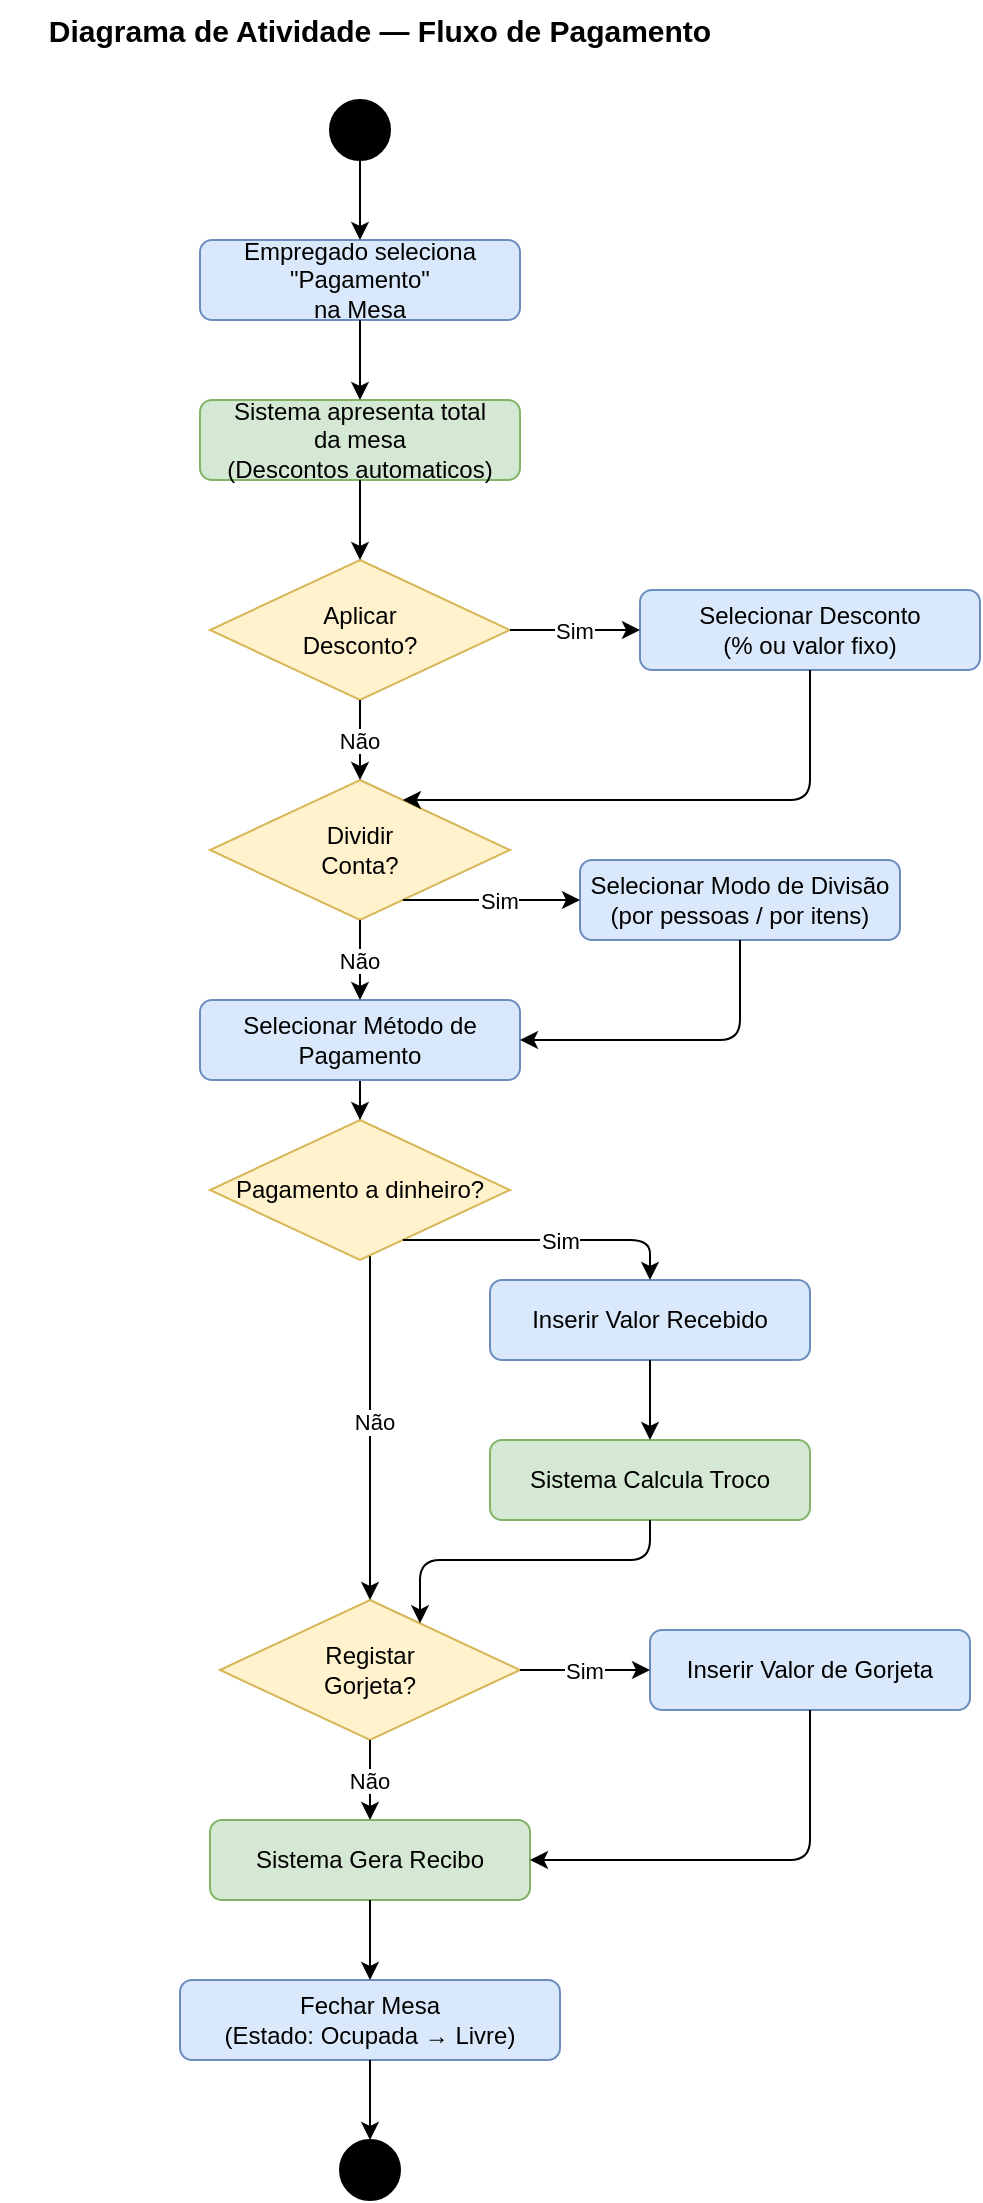
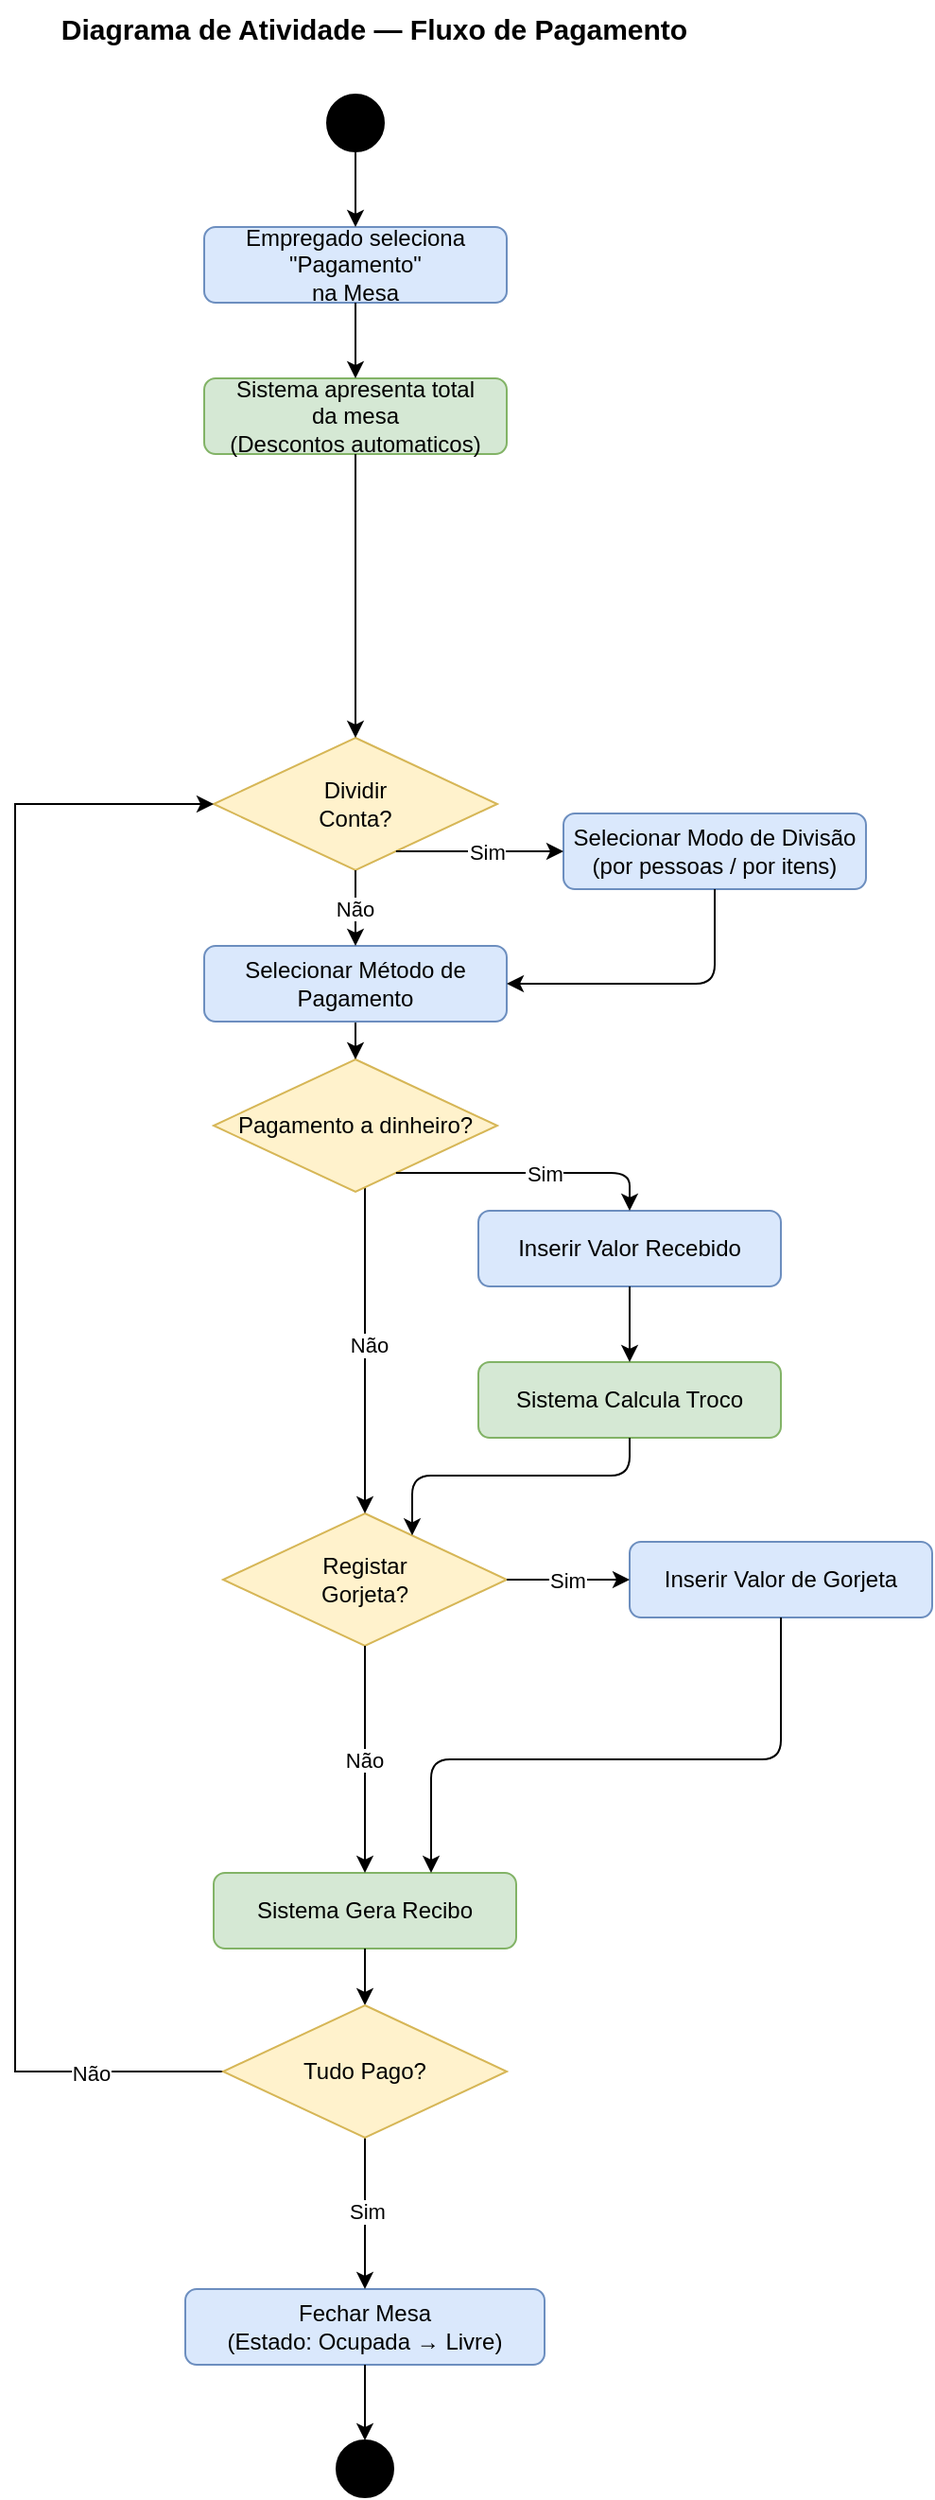
<mxfile host="Electron">
  <diagram id="zWEmGzQZ2ErBR5wI5Ncb" name="Page-1">
-     <mxGraphModel dx="629" dy="764" grid="1" gridSize="10" guides="1" tooltips="1" connect="1" arrows="1" fold="1" page="1" pageScale="1" pageWidth="850" pageHeight="1200" math="0" shadow="0">
+     <mxGraphModel dx="1571" dy="933" grid="1" gridSize="10" guides="1" tooltips="1" connect="1" arrows="1" fold="1" page="1" pageScale="1" pageWidth="850" pageHeight="1200" math="0" shadow="0">
      <root>
        <mxCell id="0" />
        <mxCell id="1" parent="0" />
        <mxCell id="t1" parent="1" style="text;html=1;strokeColor=none;fillColor=none;align=center;verticalAlign=middle;whiteSpace=wrap;fontSize=15;fontStyle=1;" value="Diagrama de Atividade — Fluxo de Pagamento" vertex="1">
          <mxGeometry height="30" width="380" x="170" y="10" as="geometry" />
        </mxCell>
        <mxCell id="s1" parent="1" style="ellipse;aspect=fixed;fillColor=#000000;strokeColor=#000000;" value="" vertex="1">
          <mxGeometry height="30" width="30" x="335" y="60" as="geometry" />
        </mxCell>
        <mxCell id="a1" parent="1" style="rounded=1;whiteSpace=wrap;html=1;fillColor=#dae8fc;strokeColor=#6c8ebf;" value="Empregado seleciona &quot;Pagamento&quot;&lt;br&gt;na Mesa" vertex="1">
          <mxGeometry height="40" width="160" x="270" y="130" as="geometry" />
        </mxCell>
        <mxCell id="a2" parent="1" style="rounded=1;whiteSpace=wrap;html=1;fillColor=#d5e8d4;strokeColor=#82b366;" value="Sistema apresenta total&lt;br&gt;da mesa&lt;div&gt;(Descontos automaticos)&lt;/div&gt;" vertex="1">
          <mxGeometry height="40" width="160" x="270" y="210" as="geometry" />
-         </mxCell>
-         <mxCell id="d1" parent="1" style="rhombus;whiteSpace=wrap;html=1;fillColor=#fff2cc;strokeColor=#d6b656;" value="Aplicar&lt;br&gt;Desconto?" vertex="1">
-           <mxGeometry height="70" width="150" x="275" y="290" as="geometry" />
-         </mxCell>
-         <mxCell id="a3" parent="1" style="rounded=1;whiteSpace=wrap;html=1;fillColor=#dae8fc;strokeColor=#6c8ebf;" value="Selecionar Desconto&lt;br&gt;(% ou valor fixo)" vertex="1">
-           <mxGeometry height="40" width="170" x="490" y="305" as="geometry" />
        </mxCell>
        <mxCell id="d2" parent="1" style="rhombus;whiteSpace=wrap;html=1;fillColor=#fff2cc;strokeColor=#d6b656;" value="Dividir&lt;br&gt;Conta?" vertex="1">
          <mxGeometry height="70" width="150" x="275" y="400" as="geometry" />
        </mxCell>
        <mxCell id="a4" parent="1" style="rounded=1;whiteSpace=wrap;html=1;fillColor=#dae8fc;strokeColor=#6c8ebf;" value="Selecionar Modo de Divisão&lt;br&gt;(por pessoas / por itens)" vertex="1">
          <mxGeometry height="40" width="160" x="460" y="440" as="geometry" />
        </mxCell>
        <mxCell id="m4waD0mZ1-zzzyoCNx1N-5" edge="1" parent="1" source="a5" style="edgeStyle=orthogonalEdgeStyle;rounded=0;orthogonalLoop=1;jettySize=auto;html=1;" target="m4waD0mZ1-zzzyoCNx1N-3">
          <mxGeometry relative="1" as="geometry" />
        </mxCell>
        <mxCell id="a5" parent="1" style="rounded=1;whiteSpace=wrap;html=1;fillColor=#dae8fc;strokeColor=#6c8ebf;" value="Selecionar Método de Pagamento" vertex="1">
          <mxGeometry height="40" width="160" x="270" y="510" as="geometry" />
        </mxCell>
        <mxCell id="a6" parent="1" style="rounded=1;whiteSpace=wrap;html=1;fillColor=#dae8fc;strokeColor=#6c8ebf;" value="Inserir Valor Recebido" vertex="1">
          <mxGeometry height="40" width="160" x="415" y="650" as="geometry" />
        </mxCell>
        <mxCell id="a7" parent="1" style="rounded=1;whiteSpace=wrap;html=1;fillColor=#d5e8d4;strokeColor=#82b366;" value="Sistema Calcula Troco" vertex="1">
          <mxGeometry height="40" width="160" x="415" y="730" as="geometry" />
        </mxCell>
        <mxCell id="d3" parent="1" style="rhombus;whiteSpace=wrap;html=1;fillColor=#fff2cc;strokeColor=#d6b656;" value="Registar&#xa;Gorjeta?" vertex="1">
          <mxGeometry height="70" width="150" x="280" y="810" as="geometry" />
        </mxCell>
        <mxCell id="a8" parent="1" style="rounded=1;whiteSpace=wrap;html=1;fillColor=#dae8fc;strokeColor=#6c8ebf;" value="Inserir Valor de Gorjeta" vertex="1">
          <mxGeometry height="40" width="160" x="495" y="825" as="geometry" />
        </mxCell>
        <mxCell id="a9" parent="1" style="rounded=1;whiteSpace=wrap;html=1;fillColor=#d5e8d4;strokeColor=#82b366;" value="Sistema Gera Recibo" vertex="1">
-           <mxGeometry height="40" width="160" x="275" y="920" as="geometry" />
+           <mxGeometry height="40" width="160" x="275" y="1000" as="geometry" />
        </mxCell>
        <mxCell id="a10" parent="1" style="rounded=1;whiteSpace=wrap;html=1;fillColor=#dae8fc;strokeColor=#6c8ebf;" value="Fechar Mesa&lt;br&gt;(Estado: Ocupada → Livre)" vertex="1">
-           <mxGeometry height="40" width="190" x="260" y="1000" as="geometry" />
+           <mxGeometry height="40" width="190" x="260" y="1220" as="geometry" />
        </mxCell>
        <mxCell id="e1" parent="1" style="ellipse;aspect=fixed;fillColor=#000000;strokeColor=#000000;shape=doubleEllipse;" value="" vertex="1">
-           <mxGeometry height="30" width="30" x="340" y="1080" as="geometry" />
+           <mxGeometry height="30" width="30" x="340" y="1300" as="geometry" />
        </mxCell>
        <mxCell id="ed1" edge="1" parent="1" source="s1" target="a1">
          <mxGeometry relative="1" as="geometry" />
        </mxCell>
        <mxCell id="ed2" edge="1" parent="1" source="a1" target="a2">
          <mxGeometry relative="1" as="geometry" />
        </mxCell>
-         <mxCell id="ed3" edge="1" parent="1" source="a2" target="d1">
-           <mxGeometry relative="1" as="geometry" />
-         </mxCell>
-         <mxCell id="ed4" edge="1" parent="1" source="d1" target="a3" value="Sim">
-           <mxGeometry relative="1" as="geometry" />
-         </mxCell>
-         <mxCell id="ed5" edge="1" parent="1" source="d1" target="d2" value="Não">
-           <mxGeometry relative="1" as="geometry" />
-         </mxCell>
-         <mxCell id="ed6" edge="1" parent="1" source="a3" style="edgeStyle=orthogonalEdgeStyle;" target="d2">
+         <mxCell id="ed3" edge="1" parent="1" source="a2" target="d2">
          <mxGeometry relative="1" as="geometry">
-             <Array as="points">
-               <mxPoint x="575" y="410" />
-             </Array>
+             <mxPoint x="350" y="290" as="targetPoint" />
          </mxGeometry>
        </mxCell>
        <mxCell id="ed7" edge="1" parent="1" source="d2" style="edgeStyle=orthogonalEdgeStyle;startArrow=none;startFill=0;" target="a4" value="Sim">
          <mxGeometry relative="1" x="0.1" as="geometry">
            <mxPoint as="offset" />
            <Array as="points">
              <mxPoint x="450" y="460" />
              <mxPoint x="450" y="460" />
            </Array>
          </mxGeometry>
        </mxCell>
        <mxCell id="ed8" edge="1" parent="1" source="d2" target="a5" value="Não">
          <mxGeometry relative="1" as="geometry" />
        </mxCell>
        <mxCell id="ed9" edge="1" parent="1" source="a4" style="edgeStyle=orthogonalEdgeStyle;" target="a5">
          <mxGeometry relative="1" as="geometry">
            <Array as="points">
              <mxPoint x="540" y="530" />
            </Array>
          </mxGeometry>
        </mxCell>
        <mxCell id="ed11" edge="1" parent="1" source="a6" target="a7">
          <mxGeometry relative="1" as="geometry" />
        </mxCell>
        <mxCell id="ed12" edge="1" parent="1" source="a7" style="edgeStyle=orthogonalEdgeStyle;" target="d3">
          <mxGeometry relative="1" as="geometry">
            <Array as="points">
              <mxPoint x="495" y="790" />
              <mxPoint x="380" y="790" />
            </Array>
          </mxGeometry>
        </mxCell>
        <mxCell id="ed13" edge="1" parent="1" source="d3" target="a8" value="Sim">
          <mxGeometry relative="1" as="geometry" />
        </mxCell>
        <mxCell id="ed14" edge="1" parent="1" source="d3" target="a9" value="Não">
          <mxGeometry relative="1" as="geometry" />
        </mxCell>
        <mxCell id="ed15" edge="1" parent="1" source="a8" style="edgeStyle=orthogonalEdgeStyle;" target="a9">
          <mxGeometry relative="1" as="geometry">
            <Array as="points">
              <mxPoint x="575" y="940" />
+               <mxPoint x="390" y="940" />
            </Array>
          </mxGeometry>
        </mxCell>
-         <mxCell id="ed16" edge="1" parent="1" source="a9" target="a10">
+         <mxCell id="ed16" edge="1" parent="1" source="YVpFZOz0iY-kX-6xKNWe-2" target="a10">
          <mxGeometry relative="1" as="geometry" />
+         </mxCell>
+         <mxCell id="YVpFZOz0iY-kX-6xKNWe-4" connectable="0" parent="ed16" style="edgeLabel;html=1;align=center;verticalAlign=middle;resizable=0;points=[];" value="Sim" vertex="1">
+           <mxGeometry relative="1" x="-0.0357" y="1" as="geometry">
+             <mxPoint as="offset" />
+           </mxGeometry>
        </mxCell>
        <mxCell id="ed17" edge="1" parent="1" source="a10" target="e1">
          <mxGeometry relative="1" as="geometry" />
        </mxCell>
        <mxCell id="m4waD0mZ1-zzzyoCNx1N-6" edge="1" parent="1" source="m4waD0mZ1-zzzyoCNx1N-3" style="edgeStyle=orthogonalEdgeStyle;rounded=0;orthogonalLoop=1;jettySize=auto;html=1;" target="d3">
          <mxGeometry relative="1" as="geometry">
            <Array as="points">
              <mxPoint x="355" y="680" />
              <mxPoint x="355" y="680" />
            </Array>
          </mxGeometry>
        </mxCell>
        <mxCell id="m4waD0mZ1-zzzyoCNx1N-7" connectable="0" parent="m4waD0mZ1-zzzyoCNx1N-6" style="edgeLabel;html=1;align=center;verticalAlign=middle;resizable=0;points=[];" value="Não" vertex="1">
          <mxGeometry relative="1" x="-0.0352" y="2" as="geometry">
            <mxPoint as="offset" />
          </mxGeometry>
        </mxCell>
        <mxCell id="m4waD0mZ1-zzzyoCNx1N-3" parent="1" style="rhombus;whiteSpace=wrap;html=1;fillColor=#fff2cc;strokeColor=#d6b656;" value="Pagamento a dinheiro?" vertex="1">
          <mxGeometry height="70" width="150" x="275" y="570" as="geometry" />
        </mxCell>
        <mxCell id="m4waD0mZ1-zzzyoCNx1N-4" edge="1" parent="1" source="m4waD0mZ1-zzzyoCNx1N-3" style="startArrow=none;startFill=0;edgeStyle=orthogonalEdgeStyle;" target="a6" value="Sim">
          <mxGeometry relative="1" x="0.1" as="geometry">
            <mxPoint as="offset" />
            <Array as="points">
              <mxPoint x="495" y="630" />
            </Array>
            <mxPoint x="480" y="610" as="sourcePoint" />
            <mxPoint x="569" y="610" as="targetPoint" />
          </mxGeometry>
        </mxCell>
+         <mxCell id="YVpFZOz0iY-kX-6xKNWe-3" edge="1" parent="1" source="a9" target="YVpFZOz0iY-kX-6xKNWe-2" value="">
+           <mxGeometry relative="1" as="geometry">
+             <mxPoint x="355" y="1040" as="sourcePoint" />
+             <mxPoint x="355" y="1180" as="targetPoint" />
+           </mxGeometry>
+         </mxCell>
+         <mxCell id="YVpFZOz0iY-kX-6xKNWe-5" edge="1" parent="1" source="YVpFZOz0iY-kX-6xKNWe-2" style="edgeStyle=orthogonalEdgeStyle;rounded=0;orthogonalLoop=1;jettySize=auto;html=1;" target="d2">
+           <mxGeometry relative="1" as="geometry">
+             <Array as="points">
+               <mxPoint x="170" y="1105" />
+               <mxPoint x="170" y="435" />
+             </Array>
+           </mxGeometry>
+         </mxCell>
+         <mxCell id="YVpFZOz0iY-kX-6xKNWe-6" connectable="0" parent="YVpFZOz0iY-kX-6xKNWe-5" style="edgeLabel;html=1;align=center;verticalAlign=middle;resizable=0;points=[];" value="Não" vertex="1">
+           <mxGeometry relative="1" x="-0.8418" y="1" as="geometry">
+             <mxPoint as="offset" />
+           </mxGeometry>
+         </mxCell>
+         <mxCell id="YVpFZOz0iY-kX-6xKNWe-2" parent="1" style="rhombus;whiteSpace=wrap;html=1;fillColor=#fff2cc;strokeColor=#d6b656;" value="Tudo Pago?" vertex="1">
+           <mxGeometry height="70" width="150" x="280" y="1070" as="geometry" />
+         </mxCell>
      </root>
    </mxGraphModel>
  </diagram>
</mxfile>
